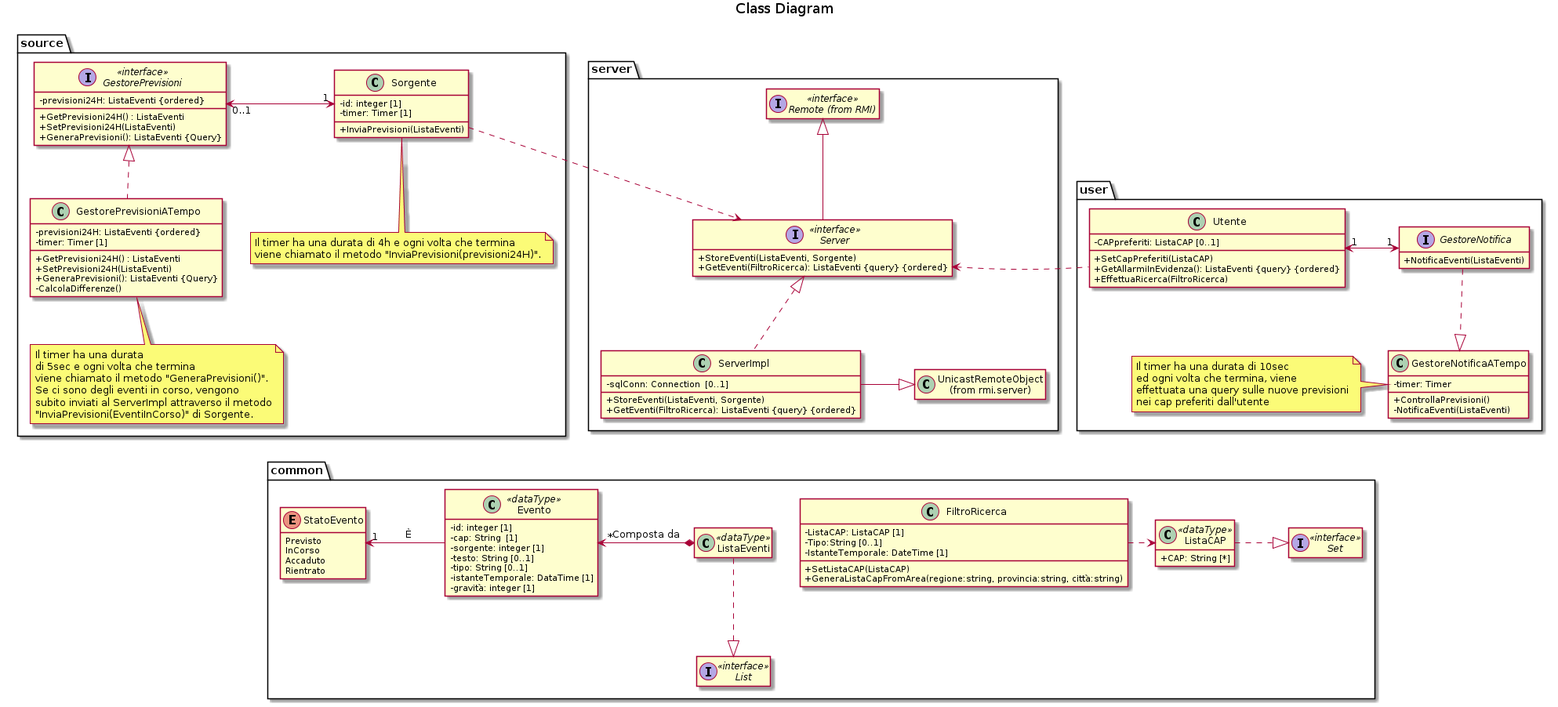
xFA25E/sweng_14_2019 keeps this PlantUML diagram as build/diagrams/class.png. Above is the earlier version.
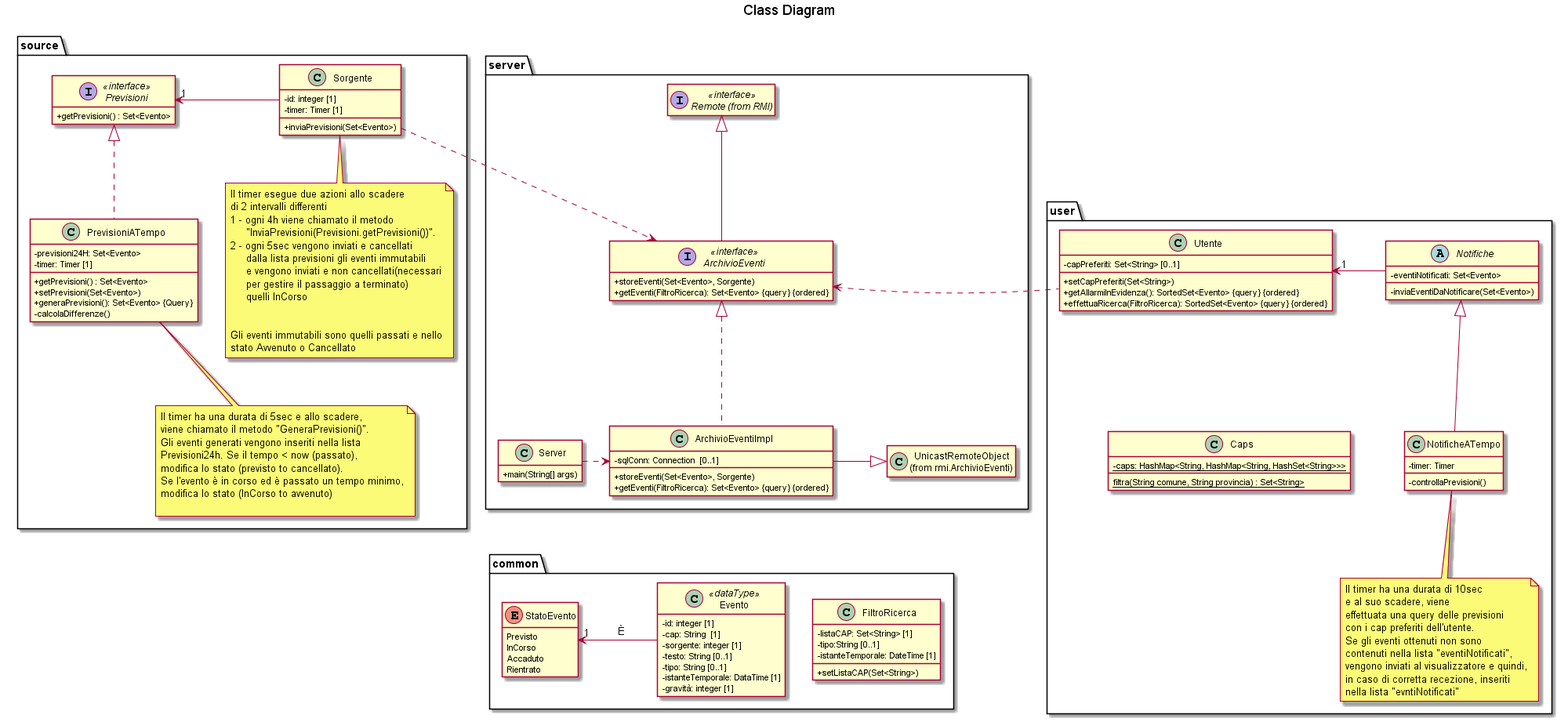
After the change.

Commit message:
changes on class diagram

-deleted Set interfaces and custom collection dataType.
 Instead use Set<type>
 -changes on API for Sorgente-Previsioni and for Notifica-Utente
 -minor changes for naming and graphics

Diff of the diagram source:
```diff
@@ -1,81 +1,88 @@
 @startuml
 title Class Diagram
 package source {
-    interface GestorePrevisioni<<interface>> {
-        - previsioni24H: ListaEventi {ordered}
-        + GetPrevisioni24H() : ListaEventi
-        + SetPrevisioni24H(ListaEventi)
-        + GeneraPrevisioni(): ListaEventi {Query}
+    interface Previsioni<<interface>> {
+        + getPrevisioni() : Set<Evento>
     }
 
-    class GestorePrevisioniATempo {
-        - previsioni24H: ListaEventi {ordered}
+    class PrevisioniATempo {
+        - previsioni24H: Set<Evento>
         - timer: Timer [1]
-        + GetPrevisioni24H() : ListaEventi
-        + SetPrevisioni24H(ListaEventi)
-        + GeneraPrevisioni(): ListaEventi {Query}
-        - CalcolaDifferenze()
+        + getPrevisioni() : Set<Evento>
+        + setPrevisioni(Set<Evento>)
+        + generaPrevisioni(): Set<Evento> {Query}
+        - calcolaDifferenze()
     }
 
     class Sorgente {
         - id: integer [1]
         - timer: Timer [1]
-        + InviaPrevisioni(ListaEventi)
+        + inviaPrevisioni(Set<Evento>)
     }
-    note bottom of Sorgente: Il timer ha una durata di 4h e ogni volta che termina\nviene chiamato il metodo "InviaPrevisioni(previsioni24H)".
-    note bottom of GestorePrevisioniATempo: Il timer ha una durata\ndi 5sec e ogni volta che termina\nviene chiamato il metodo "GeneraPrevisioni()".\nSe ci sono degli eventi in corso, vengono\nsubito inviati al ServerImpl attraverso il metodo\n"InviaPrevisioni(EventiInCorso)" di Sorgente.
+    note bottom of Sorgente: Il timer esegue due azioni allo scadere\ndi 2 intervalli differenti\n1 - ogni 4h viene chiamato il metodo\n     "InviaPrevisioni(Previsioni.getPrevisioni())".\n2 - ogni 5sec vengono inviati e cancellati\n     dalla lista previsioni gli eventi immutabili\n     e vengono inviati e non cancellati(necessari\n     per gestire il passaggio a terminato)\n     quelli InCorso\n\n\nGli eventi immutabili sono quelli passati e nello\nstato Avvenuto o Cancellato
+    note bottom of PrevisioniATempo: Il timer ha una durata di 5sec e allo scadere,\nviene chiamato il metodo "GeneraPrevisioni()".\nGli eventi generati vengono inseriti nella lista\nPrevisioni24h. Se il tempo < now (passato),\nmodifica lo stato (previsto to cancellato).\nSe l'evento è in corso ed è passato un tempo minimo,\nmodifica lo stato (InCorso to avvenuto)\n
 
-    GestorePrevisioni "0..1" <-> "1" Sorgente : \t\t\t
-    GestorePrevisioni <|.. GestorePrevisioniATempo
+    Previsioni "1" <- Sorgente : \t\t\t
+    Previsioni <|.. PrevisioniATempo
 }
 
 package server{
     interface "Remote (from RMI)" as Remote <<interface>>
 
-    interface Server<<interface>> {
-        + StoreEventi(ListaEventi, Sorgente)
-        + GetEventi(FiltroRicerca): ListaEventi {query} {ordered}
+    interface ArchivioEventi<<interface>> {
+        + storeEventi(Set<Evento>, Sorgente)
+        + getEventi(FiltroRicerca): Set<Evento> {query} {ordered}
     }
 
-    class ServerImpl {
+    class ArchivioEventiImpl {
         - sqlConn: Connection  [0..1]
-        + StoreEventi(ListaEventi, Sorgente)
-        + GetEventi(FiltroRicerca): ListaEventi {query} {ordered}
+        + storeEventi(Set<Evento>, Sorgente)
+        + getEventi(FiltroRicerca): Set<Evento> {query} {ordered}
     }
 
-    class "UnicastRemoteObject\n(from rmi.server)" as UnicastRemoteObject
+    class "UnicastRemoteObject\n(from rmi.ArchivioEventi)" as UnicastRemoteObject
 
-    Remote <|-- Server
-    Server <|.. ServerImpl
-    ServerImpl -|> UnicastRemoteObject :\t
+    class Server {
+        + main(String[] args)
+    }
+
+    Remote <|-- ArchivioEventi
+    ArchivioEventi <|.. ArchivioEventiImpl
+    ArchivioEventiImpl -|> UnicastRemoteObject :\t
+    Server .> ArchivioEventiImpl
 }
 
-Sorgente .> Server
+Sorgente .> ArchivioEventi
 
 package user {
     class Utente {
-        - CAPpreferiti: ListaCAP [0..1]
-        + SetCapPreferiti(ListaCAP)
-        + GetAllarmiInEvidenza(): ListaEventi {query} {ordered}
-        + EffettuaRicerca(FiltroRicerca)
+        - capPreferiti: Set<String> [0..1]
+        + setCapPreferiti(Set<String>)
+        + getAllarmiInEvidenza(): SortedSet<Evento> {query} {ordered}
+        + effettuaRicerca(FiltroRicerca): SortedSet<Evento> {query} {ordered}
     }
 
-    interface GestoreNotifica {
-        + NotificaEventi(ListaEventi)
+    abstract Notifiche {
+        - eventiNotificati: Set<Evento>
+        - inviaEventiDaNotificare(Set<Evento>)
     }
 
-    class GestoreNotificaATempo {
+    class NotificheATempo {
         - timer: Timer
-        + ControllaPrevisioni()
-        - NotificaEventi(ListaEventi)
+        - controllaPrevisioni()
     }
-    note left of GestoreNotificaATempo: Il timer ha una durata di 10sec\ned ogni volta che termina, viene\neffettuata una query sulle nuove previsioni\nnei cap preferiti dall'utente
+    note bottom of NotificheATempo: Il timer ha una durata di 10sec\ne al suo scadere, viene\neffettuata una query delle previsioni\ncon i cap preferiti dell'utente.\nSe gli eventi ottenuti non sono\ncontenuti nella lista "eventiNotificati",\nvengono inviati al visualizzatore e quindi,\nin caso di corretta recezione, inseriti\nnella lista "evntiNotificati"
 
-    Utente "1" <-> "1" GestoreNotifica :\t
-    GestoreNotifica ..|> GestoreNotificaATempo
+    class Caps {
+        - {static} caps: HashMap<String, HashMap<String, HashSet<String>>>
+        {static} filtra(String comune, String provincia) : Set<String>
+    }
+
+    Utente " 1" <- Notifiche :\t
+    Notifiche <|-- NotificheATempo
 }
 
-Server <. Utente
+ArchivioEventi <. Utente
 
 package common {
     enum StatoEvento {
@@ -95,35 +102,22 @@
         - gravità: integer [1]
     }
 
-    class ListaEventi <<dataType>>
-
-    interface List<<interface>>
-
-    ListaEventi ..|> List: \t
     StatoEvento "1" <- Evento: \tÈ\t
-    Evento " * " <-*  ListaEventi: Composta da
 
     class FiltroRicerca {
-        - ListaCAP: ListaCAP [1]
-        - Tipo:String [0..1]
-        - IstanteTemporale: DateTime [1]
-        + SetListaCAP(ListaCAP)
-        + GeneraListaCapFromArea(regione:string, provincia:string, città:string)
+        - listaCAP: Set<String> [1]
+        - tipo:String [0..1]
+        - istanteTemporale: DateTime [1]
+        + setListaCAP(Set<String>)
     }
-
-    class ListaCAP <<dataType>> {
-        + CAP: String [*]
-    }
-
-    interface Set<<interface>>
-
-    ListaCAP .|> Set :\t
-    FiltroRicerca .> ListaCAP
 }
 
 hide empty members
 skinparam classAttributeIconSize 0
-ListaEventi -[hidden] FiltroRicerca
-GestorePrevisioniATempo -[hidden]-- StatoEvento
-ServerImpl .[hidden].> ListaEventi
+PrevisioniATempo -[hidden]-- StatoEvento
+ArchivioEventi .[hidden].> Server
+ArchivioEventiImpl .[hidden].> Evento
+Notifiche .[hidden].> FiltroRicerca
+Caps -[hidden]> NotificheATempo: \t
+
 @enduml
```
